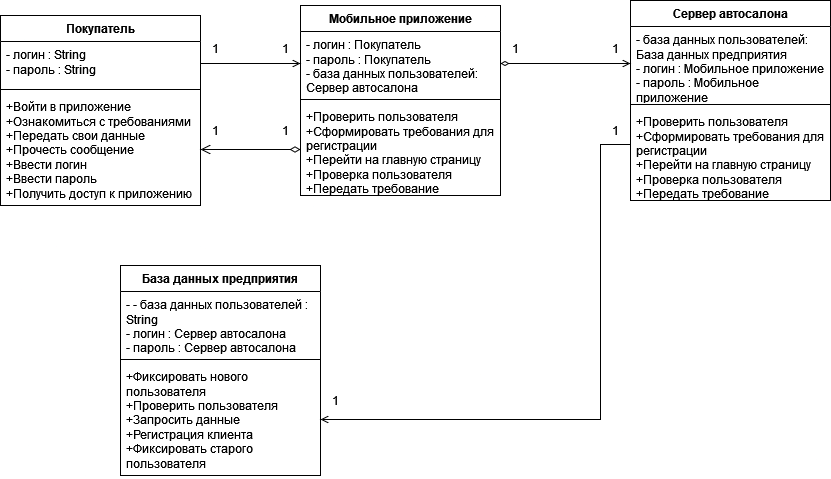
The draw.io diagram 1-1-Page-5.drawio.png in Helpmepleaseitishard/Aikms, before a commit. Source tidied: cells renumbered, new cells last; positions are measured from the earlier drawing's top-left corner, leaving out a move shared by most shapes.
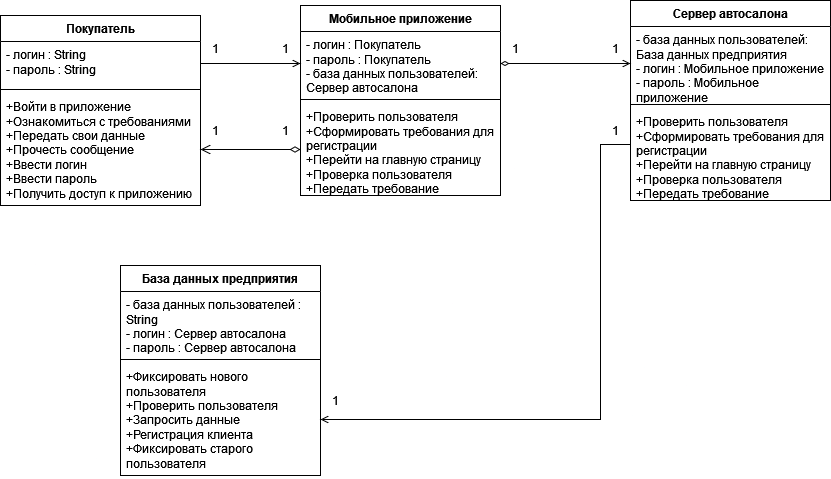
After the change.

Change to the diagram source:
```diff
@@ -41,7 +41,7 @@
     <mxCell id="14" value="База данных предприятия" style="swimlane;fontStyle=1;align=center;verticalAlign=top;horizontal=1;startSize=26;whiteSpace=wrap;html=1;" parent="1" vertex="1">
       <mxGeometry x="120" y="265" width="200" height="210" as="geometry" />
     </mxCell>
-    <mxCell id="15" value="&lt;div&gt;-&amp;nbsp;- база данных пользователей : String&lt;/div&gt;&lt;div&gt;&lt;div&gt;&lt;div&gt;&lt;div&gt;&lt;/div&gt;&lt;/div&gt;&lt;/div&gt;&lt;/div&gt;&lt;div&gt;&lt;div&gt;&lt;div&gt;- логин : Сервер автосалона&lt;/div&gt;&lt;div&gt;- пароль : Сервер автосалона&lt;/div&gt;&lt;/div&gt;&lt;/div&gt;" style="text;strokeColor=none;fillColor=none;align=left;verticalAlign=top;spacingLeft=4;spacingRight=4;overflow=hidden;whiteSpace=wrap;html=1;" parent="14" vertex="1">
+    <mxCell id="15" value="&lt;div&gt;- база данных пользователей : String&lt;/div&gt;&lt;div&gt;&lt;div&gt;&lt;div&gt;&lt;div&gt;&lt;/div&gt;&lt;/div&gt;&lt;/div&gt;&lt;/div&gt;&lt;div&gt;&lt;div&gt;&lt;div&gt;- логин : Сервер автосалона&lt;/div&gt;&lt;div&gt;- пароль : Сервер автосалона&lt;/div&gt;&lt;/div&gt;&lt;/div&gt;" style="text;strokeColor=none;fillColor=none;align=left;verticalAlign=top;spacingLeft=4;spacingRight=4;overflow=hidden;whiteSpace=wrap;html=1;" parent="14" vertex="1">
       <mxGeometry y="26" width="200" height="64" as="geometry" />
     </mxCell>
     <mxCell id="16" style="line;strokeWidth=1;fillColor=none;align=left;verticalAlign=middle;spacingTop=-1;spacingLeft=3;spacingRight=3;labelPosition=right;strokeColor=inherit;" parent="14" vertex="1">
```
